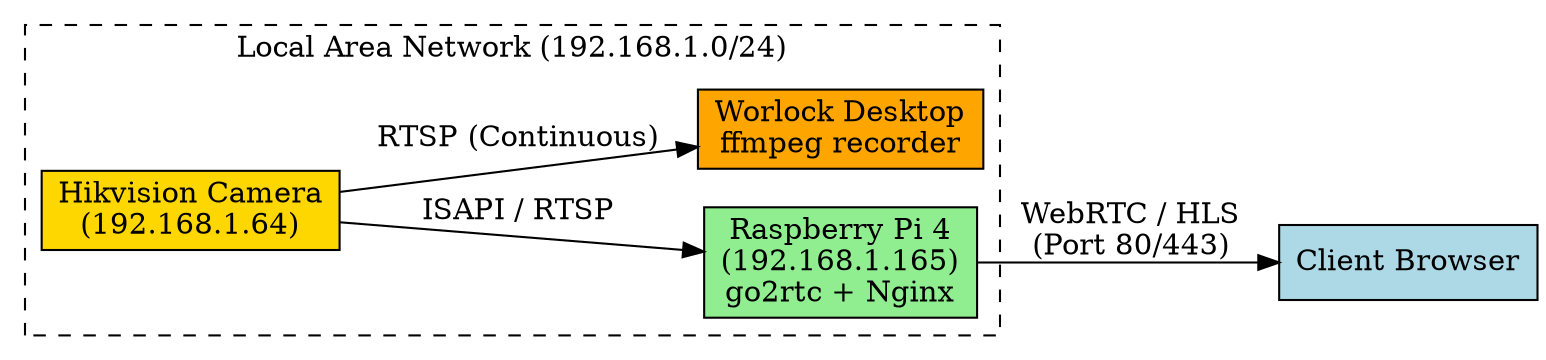
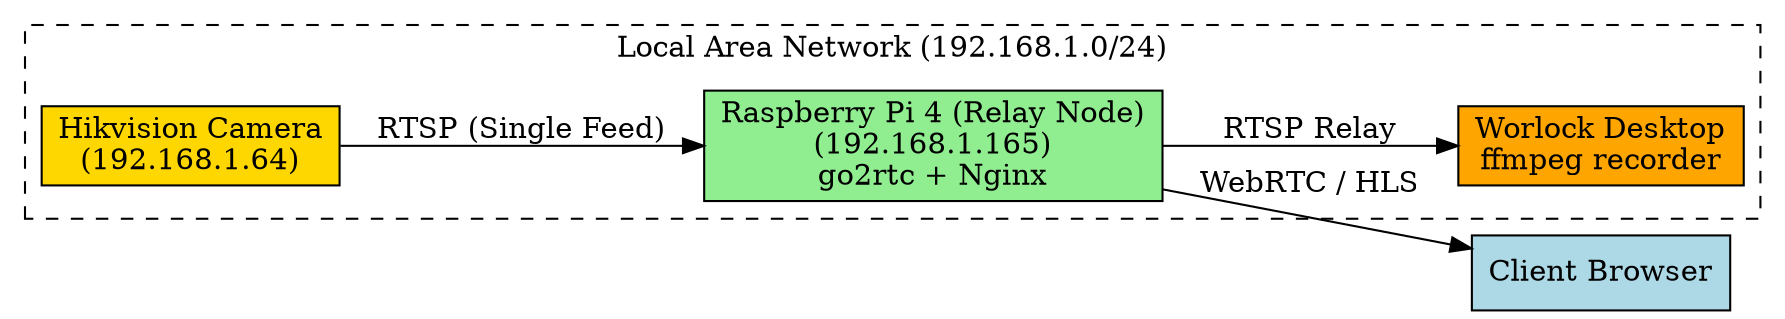
digraph G {
    rankdir=LR;
    node [shape=box, style=filled, fillcolor=lightblue];

    subgraph cluster_lan {
        label = "Local Area Network (192.168.1.0/24)";
        style=dashed;

        cam [label="Hikvision Camera\n(192.168.1.64)", fillcolor=gold];
-         rpi [label="Raspberry Pi 4\n(192.168.1.165)\ngo2rtc + Nginx", fillcolor=lightgreen];
+         rpi [label="Raspberry Pi 4 (Relay Node)\n(192.168.1.165)\ngo2rtc + Nginx", fillcolor=lightgreen];
        worlock [label="Worlock Desktop\nffmpeg recorder", fillcolor=orange];
    }

-     cam -> rpi [label="ISAPI / RTSP"];
-     cam -> worlock [label="RTSP (Continuous)"];
-     rpi -> "Client Browser" [label="WebRTC / HLS\n(Port 80/443)"];
+     cam -> rpi [label="RTSP (Single Feed)"];
+     rpi -> worlock [label="RTSP Relay"];
+     rpi -> "Client Browser" [label="WebRTC / HLS"];
}
